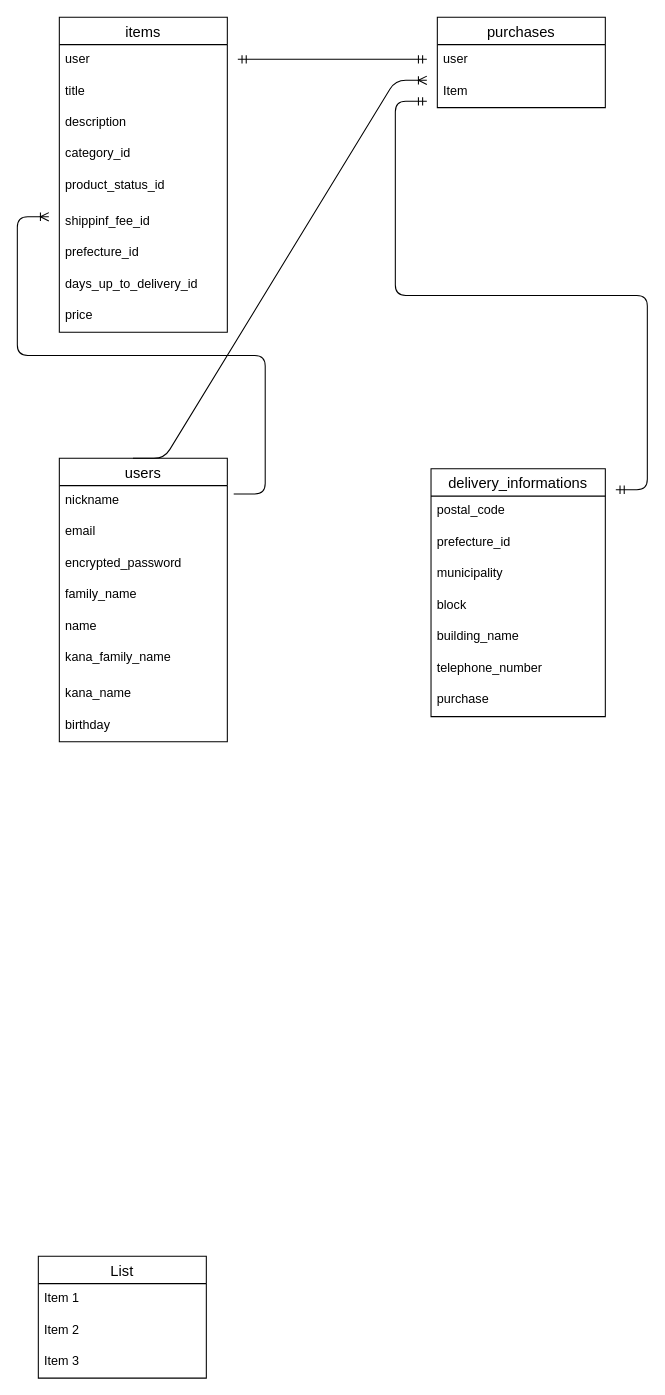
rita-yuki/furima-41355 keeps this draw.io diagram as FURIMA.dio. Above is the earlier version. Source tidied: cells renumbered, new cells numbered last; positions are measured from the earlier drawing's top-left corner, leaving out a move shared by most shapes. Both pictures are drawn from the tidied source at 105%, with x=0, y=0 at pixel (38, 17).
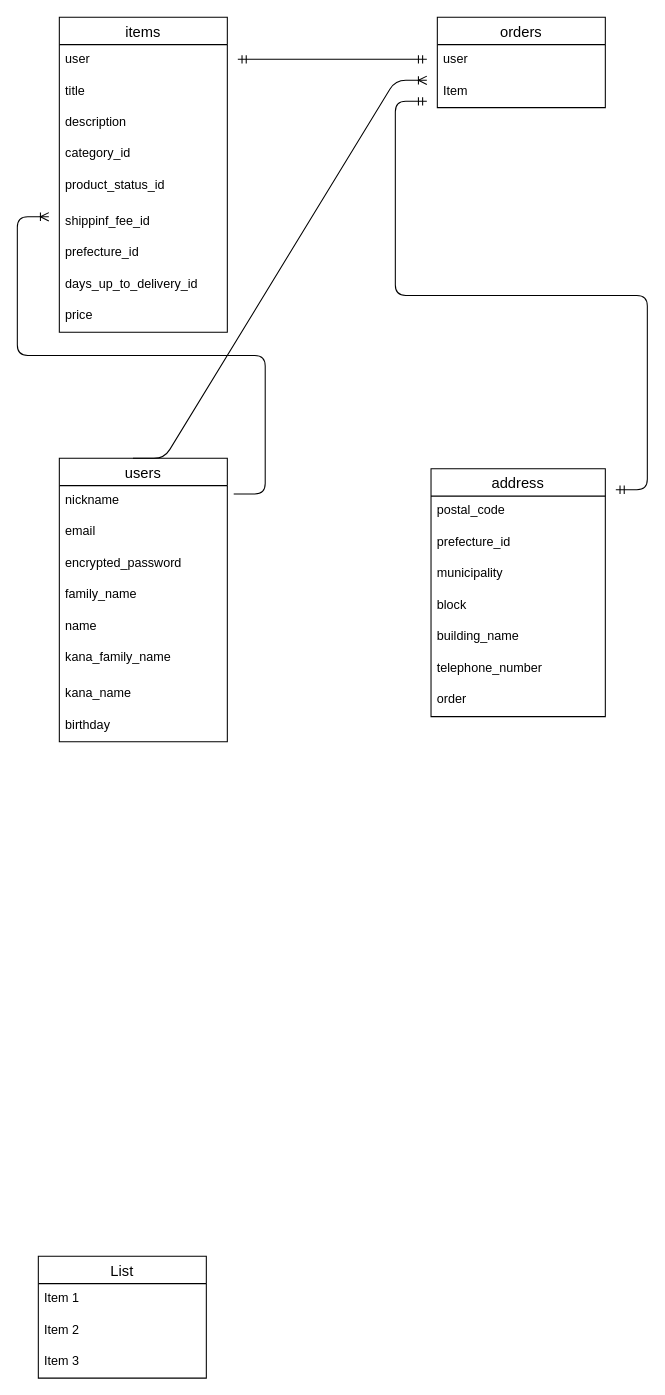
The same page after the edit.

Commit message (it also covers changes not shown here):
addresses,ordersテーブルへの名称変更

The edit, as a diff of the source:
```diff
@@
-    <mxCell id="21" value="purchases" style="swimlane;fontStyle=0;horizontal=1;startSize=26;align=center;fontSize=14;" parent="1" vertex="1">
+    <mxCell id="21" value="orders" style="swimlane;fontStyle=0;horizontal=1;startSize=26;align=center;fontSize=14;" parent="1" vertex="1">
       <mxGeometry x="380" width="160" height="86" as="geometry" />
     </mxCell>
@@
-    <mxCell id="29" value="delivery_informations" style="swimlane;fontStyle=0;horizontal=1;startSize=26;align=center;fontSize=14;" parent="1" vertex="1">
+    <mxCell id="29" value="address" style="swimlane;fontStyle=0;horizontal=1;startSize=26;align=center;fontSize=14;" parent="1" vertex="1">
       <mxGeometry x="374" y="430" width="166" height="236" as="geometry" />
     </mxCell>
@@
-    <mxCell id="36" value="purchase" style="text;strokeColor=none;fillColor=none;spacingLeft=4;spacingRight=4;overflow=hidden;fontSize=12;" parent="29" vertex="1">
+    <mxCell id="36" value="order" style="text;strokeColor=none;fillColor=none;spacingLeft=4;spacingRight=4;overflow=hidden;fontSize=12;" parent="29" vertex="1">
       <mxGeometry y="206" width="166" height="30" as="geometry" />
     </mxCell>
```
